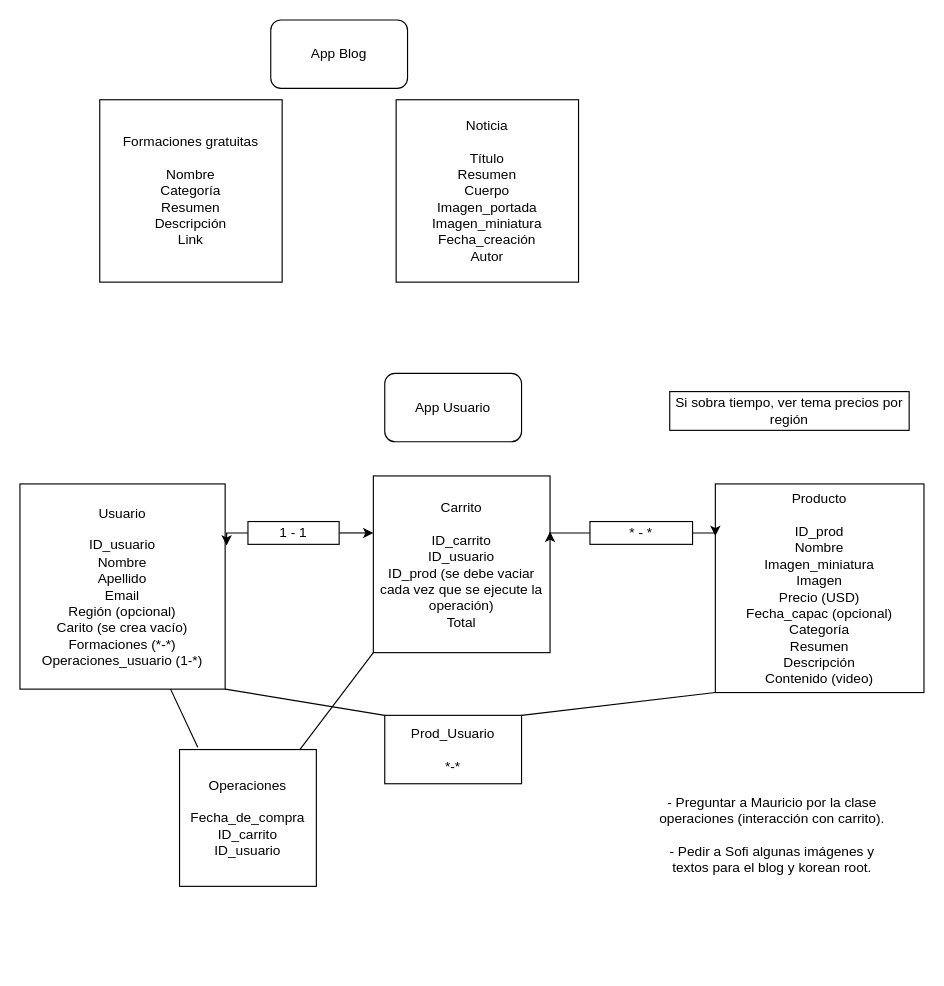
The draw.io diagram Untitled Diagram.drawio in Matt-Str97/Korean-Root---MVP, before the edit. Source tidied: cells renumbered, new cells numbered last; positions are measured from the earlier drawing's top-left corner, leaving out a move shared by most shapes. Both pictures are drawn from the tidied source at 114%, with x=0, y=0 at pixel (19, 19).
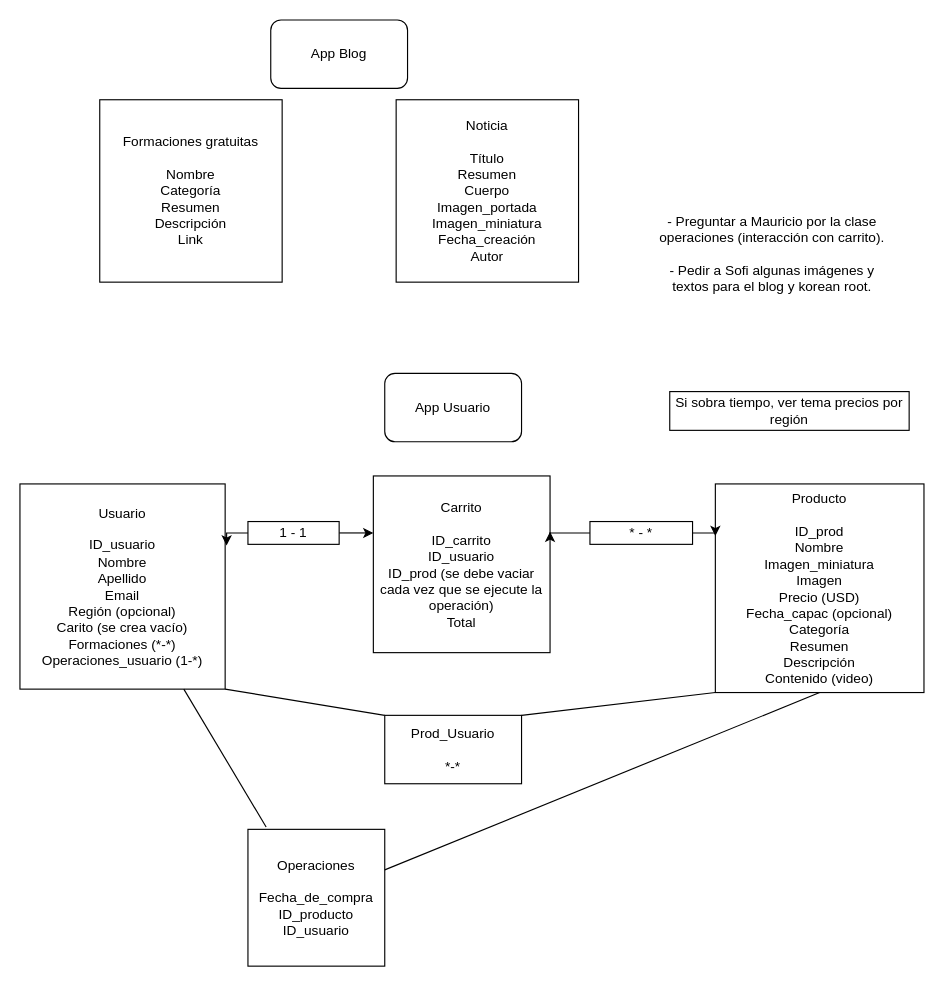
Above is the later version.

Unchanged cells that the change refers to:
```xml
<mxCell id="3" value="Producto&lt;br&gt;&lt;br&gt;ID_prod&lt;br&gt;Nombre&lt;br&gt;Imagen_miniatura&lt;br&gt;Imagen&lt;br&gt;Precio (USD)&lt;br&gt;Fecha_capac (opcional)&lt;br&gt;Categoría&lt;br&gt;Resumen&lt;br&gt;Descripción&lt;br&gt;Contenido (video)" style="whiteSpace=wrap;html=1;" parent="1" vertex="1">
  <mxGeometry x="610" y="407" width="183" height="183" as="geometry" />
</mxCell>
<mxCell id="6" value="Carrito&lt;br&gt;&lt;br&gt;ID_carrito&lt;br&gt;ID_usuario&lt;br&gt;ID_prod (se debe vaciar cada vez que se ejecute la operación)&lt;br&gt;Total" style="whiteSpace=wrap;html=1;" parent="1" vertex="1">
  <mxGeometry x="310" y="400" width="155" height="155" as="geometry" />
</mxCell>
```

Change to the diagram source:
```diff
@@
-    <mxCell id="17" value="Operaciones&lt;br&gt;&lt;br&gt;Fecha_de_compra&lt;br&gt;ID_carrito&lt;br&gt;ID_usuario" style="whiteSpace=wrap;html=1;" parent="1" vertex="1">
-      <mxGeometry x="140" y="640" width="120" height="120" as="geometry" />
+    <mxCell id="17" value="Operaciones&lt;br&gt;&lt;br&gt;Fecha_de_compra&lt;br&gt;ID_producto&lt;br&gt;ID_usuario" style="whiteSpace=wrap;html=1;" parent="1" vertex="1">
+      <mxGeometry x="200" y="710" width="120" height="120" as="geometry" />
     </mxCell>
-    <mxCell id="18" style="endArrow=none;html=1;rounded=0;entryX=0;entryY=1;entryDx=0;entryDy=0;" parent="1" edge="1" source="17" target="6">
+    <mxCell id="18" style="endArrow=none;html=1;rounded=0;entryX=0.5;entryY=1;entryDx=0;entryDy=0;" parent="1" edge="1" source="17" target="3">
       <mxGeometry relative="1" as="geometry" />
     </mxCell>
@@
     <mxCell id="22" value="- Preguntar a Mauricio por la clase operaciones (interacción con carrito).&lt;br&gt;&lt;br&gt;- Pedir a Sofi algunas imágenes y textos para el blog y korean root." style="text;html=1;strokeColor=none;fillColor=none;align=center;verticalAlign=middle;whiteSpace=wrap;rounded=0;" parent="1" vertex="1">
-      <mxGeometry x="560" y="640" width="200" height="150" as="geometry" />
+      <mxGeometry x="560" y="130" width="200" height="150" as="geometry" />
     </mxCell>
```
